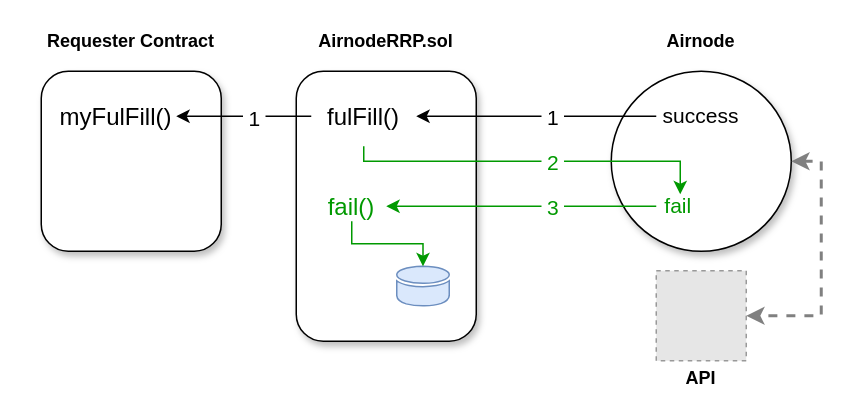
Above: docs/airnode/v0.6/assets/diagrams/request-outcomes.drawio in api3dao/old-api3-docs (draw.io), before the change. Source tidied: cells renumbered, new cells numbered last; positions are measured from the earlier drawing's top-left corner, leaving out a move shared by most shapes. Both pictures are drawn from the tidied source at 150%, with x=0, y=0 at pixel (26, 26). Pictures stored in the file or linked from it are replaced by grey dashed boxes.
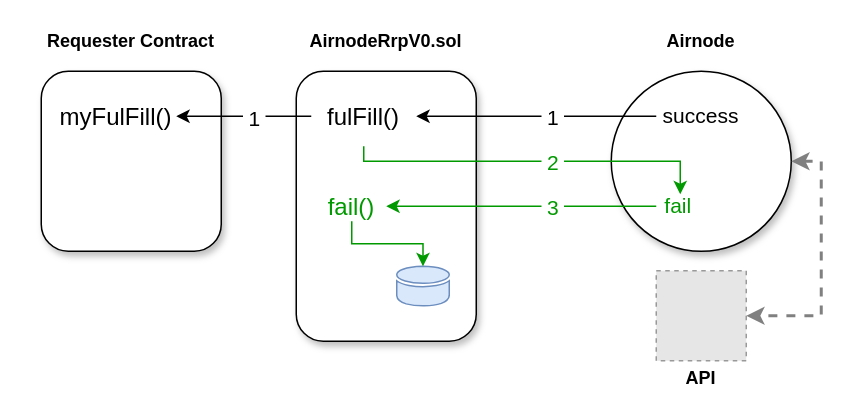
The same diagram, later.

What changed in the source:
```diff
@@
-    <mxCell id="6" value="AirnodeRRP.sol" style="text;html=1;strokeColor=none;fillColor=none;align=center;verticalAlign=middle;whiteSpace=wrap;rounded=0;fontStyle=1;" parent="1" vertex="1">
+    <mxCell id="6" value="AirnodeRrpV0.sol" style="text;html=1;strokeColor=none;fillColor=none;align=center;verticalAlign=middle;whiteSpace=wrap;rounded=0;fontStyle=1;" parent="1" vertex="1">
       <mxGeometry x="170" width="140" height="20" as="geometry" />
     </mxCell>
```
